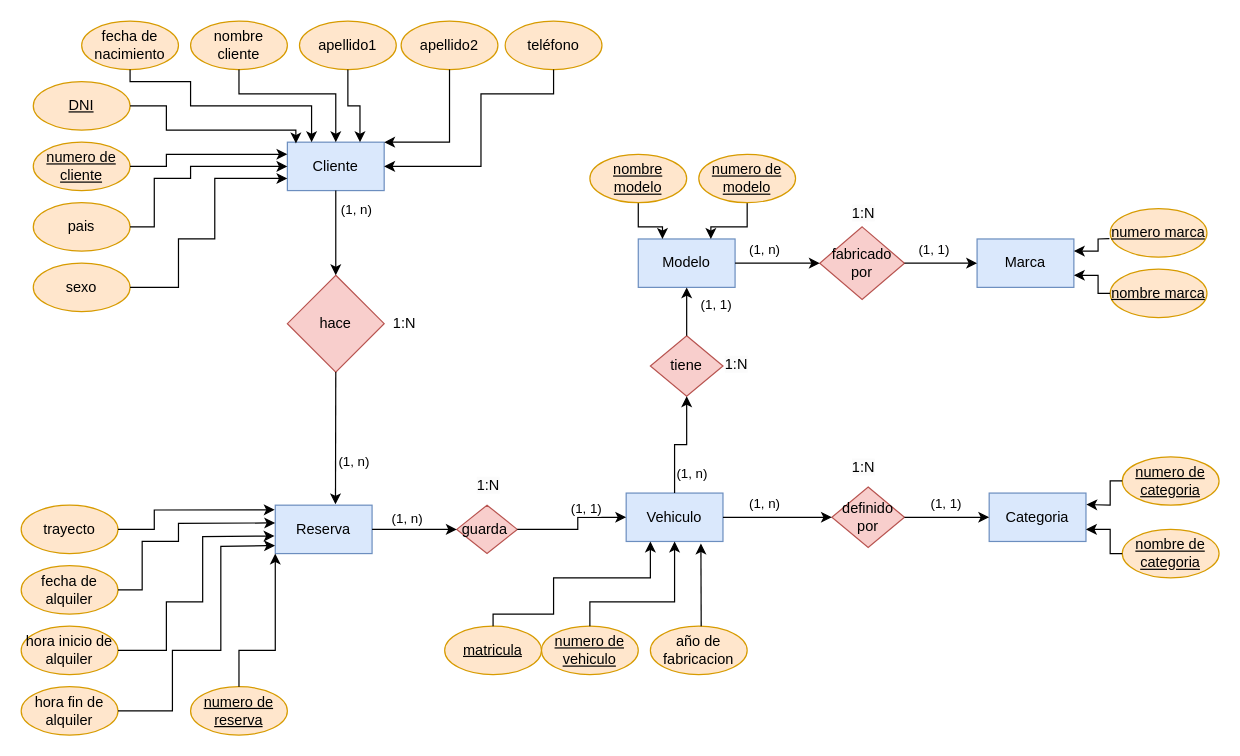
This is Diagrama BBDD.drawio from PedroCorroDev/aprendiendo-react, a draw.io file, before an edit. Source tidied: cells renumbered, new cells numbered last; positions are measured from the earlier drawing's top-left corner, leaving out a move shared by most shapes. Both pictures are drawn from the tidied source at 121%, with x=0, y=0 at pixel (21, 21).
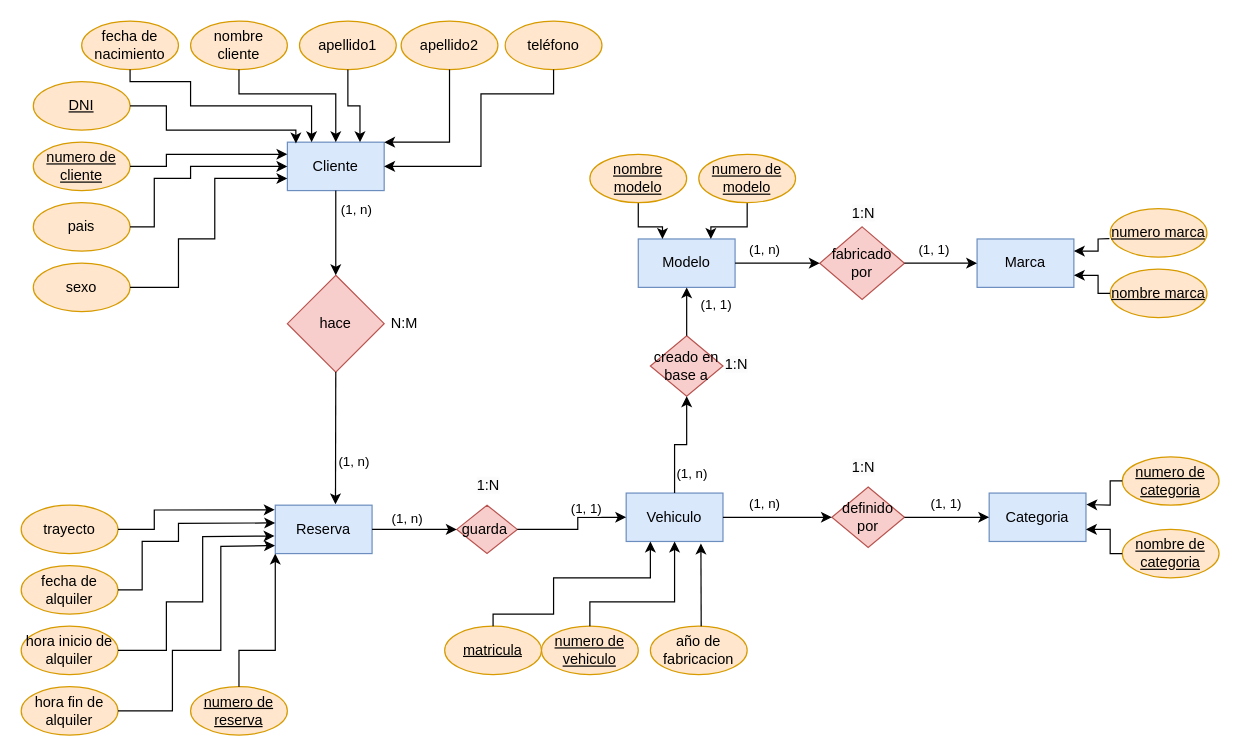
The same page after the edit.

Diff of the diagram source:
```diff
@@
-    <mxCell id="62" value="tiene" style="rhombus;whiteSpace=wrap;html=1;fillColor=#f8cecc;strokeColor=#b85450;" parent="1" vertex="1">
+    <mxCell id="62" value="creado en base a" style="rhombus;whiteSpace=wrap;html=1;fillColor=#f8cecc;strokeColor=#b85450;" parent="1" vertex="1">
       <mxGeometry x="520" y="260" width="60" height="50" as="geometry" />
     </mxCell>
@@
-    <mxCell id="71" value="1:N" style="text;html=1;strokeColor=none;fillColor=none;align=center;verticalAlign=middle;whiteSpace=wrap;rounded=0;" parent="1" vertex="1">
+    <mxCell id="71" value="N:M" style="text;html=1;strokeColor=none;fillColor=none;align=center;verticalAlign=middle;whiteSpace=wrap;rounded=0;" parent="1" vertex="1">
       <mxGeometry x="287" y="235" width="60" height="30" as="geometry" />
     </mxCell>
```
